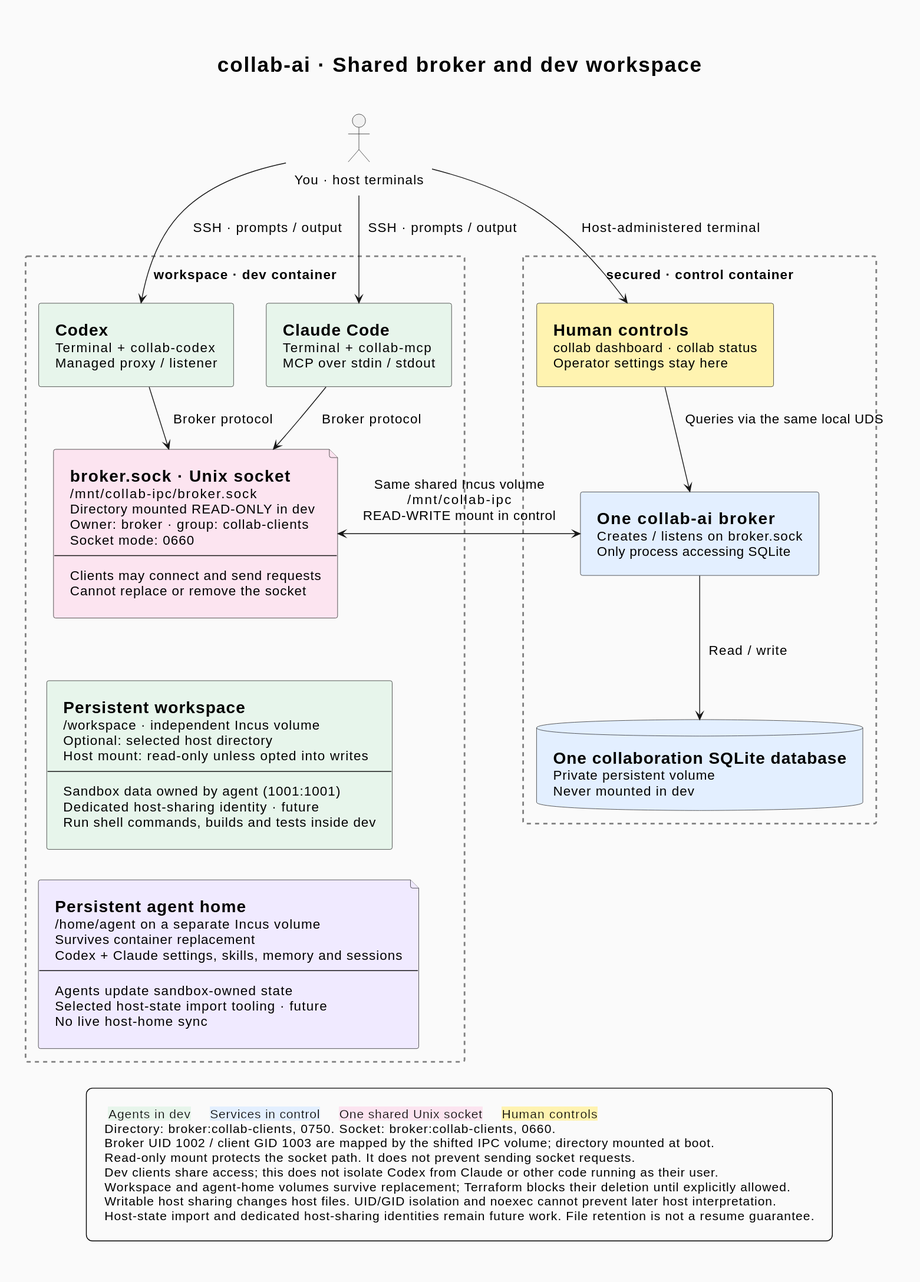
Earlier version of the PlantUML export docs/assets/architecture.svg (makarski/collab-ai). Its source is kept beside it as docs/assets/architecture.puml.
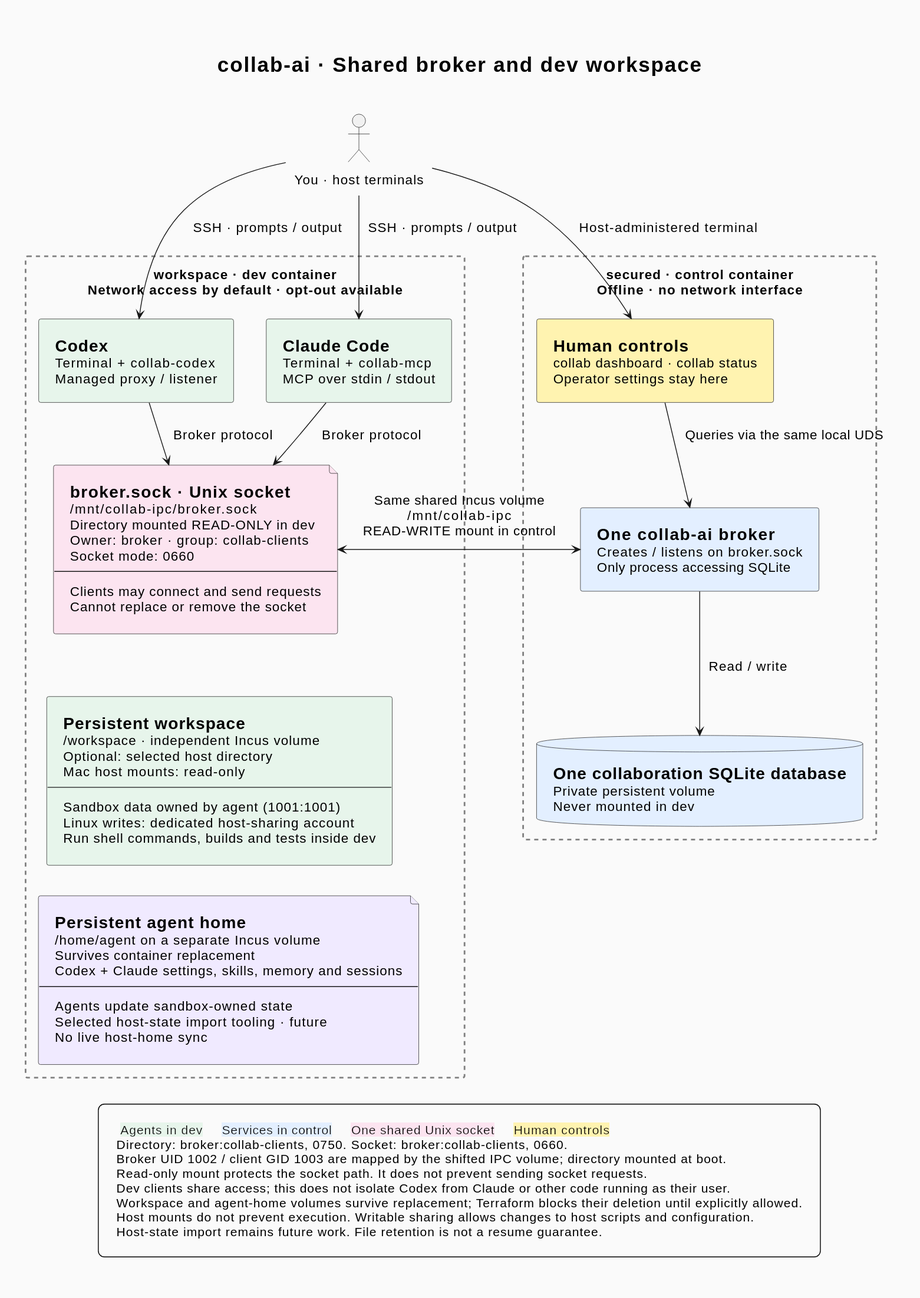
Later version of the same file.

What changed in the source:
```diff
@@ -49,15 +49,15 @@
 
 actor "You · host terminals" as Human
 
-rectangle "workspace · dev container" as Dev {
+rectangle "workspace · dev container\nNetwork access by default · opt-out available" as Dev {
     component "=Codex\nTerminal + collab-codex\nManaged proxy / listener" as Codex <<Dev>>
     component "=Claude Code\nTerminal + collab-mcp\nMCP over stdin / stdout" as Claude <<Dev>>
-    component "=Persistent workspace\n/workspace · independent Incus volume\nOptional: selected host directory\nHost mount: read-only unless opted into writes\n--\nSandbox data owned by agent (1001:1001)\nDedicated host-sharing identity · future\nRun shell commands, builds and tests inside dev" as Project <<Dev>>
+    component "=Persistent workspace\n/workspace · independent Incus volume\nOptional: selected host directory\nMac host mounts: read-only\n--\nSandbox data owned by agent (1001:1001)\nLinux writes: dedicated host-sharing account\nRun shell commands, builds and tests inside dev" as Project <<Dev>>
     file "=Persistent agent home\n/home/agent on a separate Incus volume\nSurvives container replacement\nCodex + Claude settings, skills, memory and sessions\n--\nAgents update sandbox-owned state\nSelected host-state import tooling · future\nNo live host-home sync" as AgentHome <<Storage>>
     file "=broker.sock · Unix socket\n/mnt/collab-ipc/broker.sock\nDirectory mounted READ-ONLY in dev\nOwner: broker · group: collab-clients\nSocket mode: 0660\n--\nClients may connect and send requests\nCannot replace or remove the socket" as Socket <<Socket>>
 }
 
-rectangle "secured · control container" as Control {
+rectangle "secured · control container\nOffline · no network interface" as Control {
     component "=Human controls\ncollab dashboard · collab status\nOperator settings stay here" as Dashboard <<HumanControl>>
     component "=One collab-ai broker\nCreates / listens on broker.sock\nOnly process accessing SQLite" as Broker <<Control>>
     database "=One collaboration SQLite database\nPrivate persistent volume\nNever mounted in dev" as DB <<Control>>
@@ -83,8 +83,8 @@
     Read-only mount protects the socket path. It does not prevent sending socket requests.
     Dev clients share access; this does not isolate Codex from Claude or other code running as their user.
     Workspace and agent-home volumes survive replacement; Terraform blocks their deletion until explicitly allowed.
-    Writable host sharing changes host files. UID/GID isolation and noexec cannot prevent later host interpretation.
-    Host-state import and dedicated host-sharing identities remain future work. File retention is not a resume guarantee.
+    Host mounts do not prevent execution. Writable sharing allows changes to host scripts and configuration.
+    Host-state import remains future work. File retention is not a resume guarantee.
 endlegend
 
 @enduml
```
